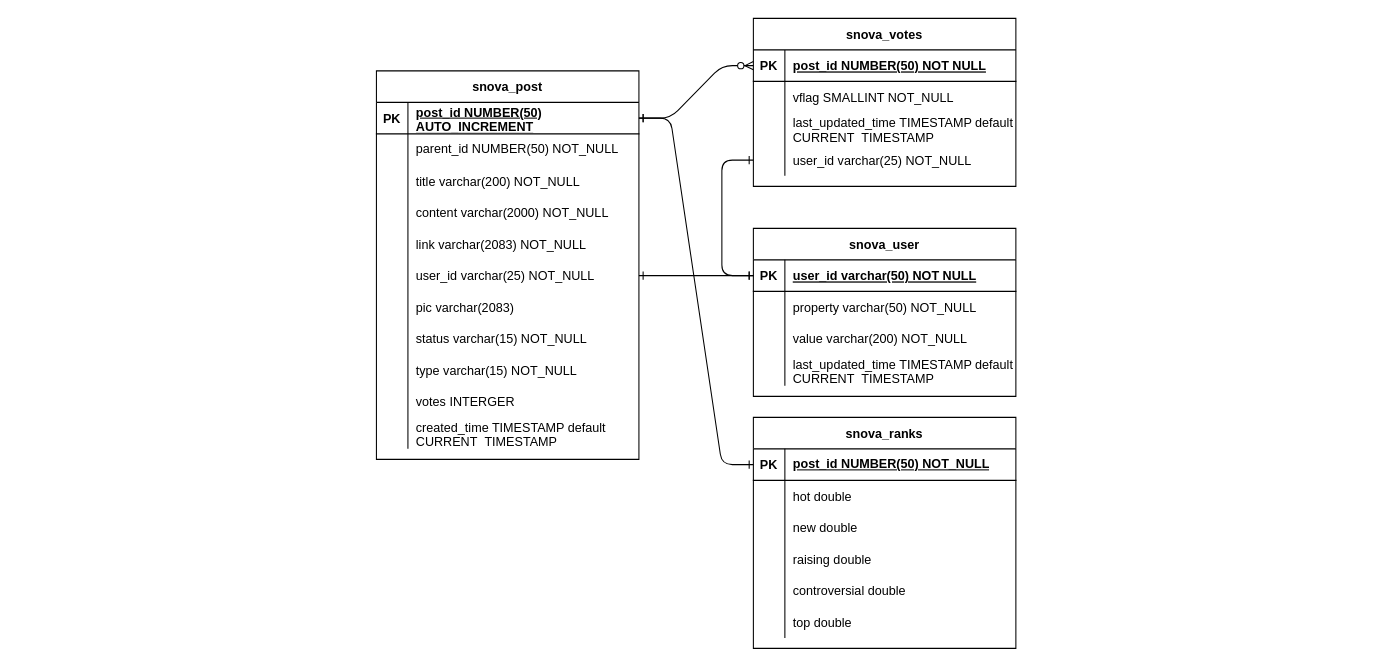
Above: Document/Database diagram.drawio in Ricar1502/Website (draw.io), before the change. Source tidied: cells renumbered, new cells numbered last; positions are measured from the earlier drawing's top-left corner, leaving out a move shared by most shapes. Both pictures are drawn from the tidied source at 105%, with x=0, y=0 at pixel (376, 18).
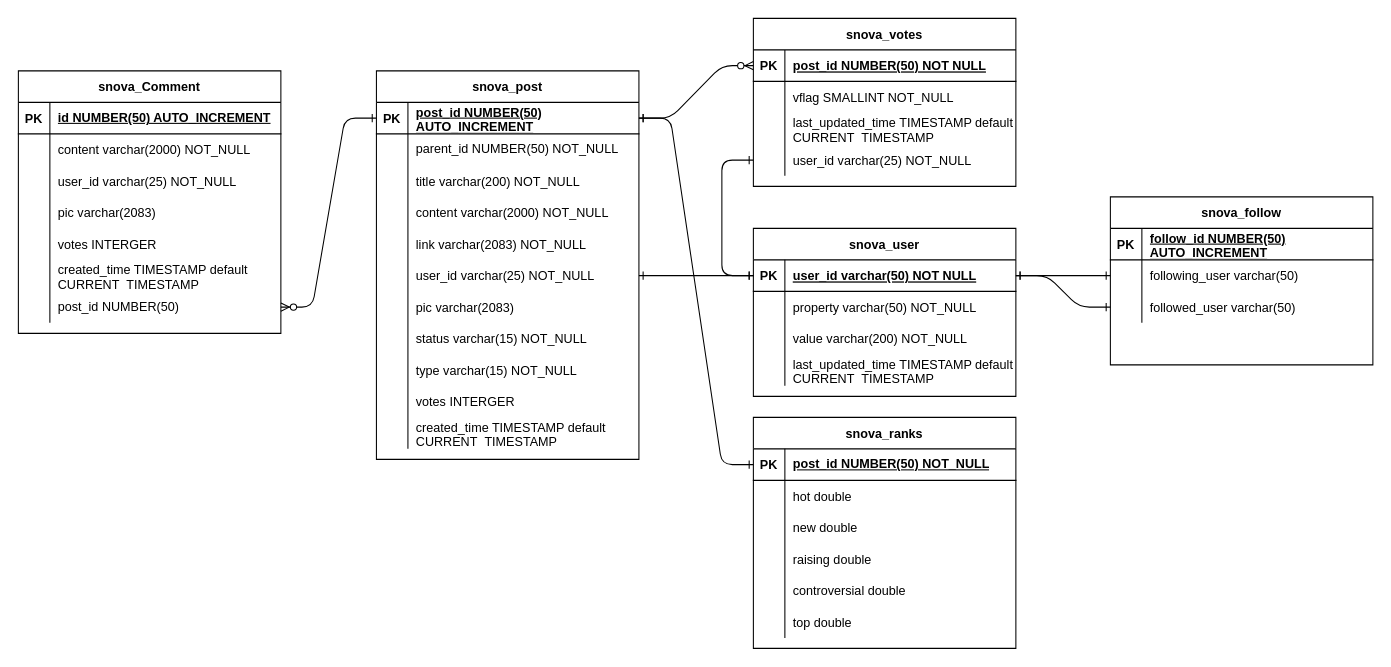
After the change.

Commit message (it also covers changes not shown here):
fixed database diagram, added ui pic

Unchanged cells that the change refers to:
```xml
<mxCell id="3" style="shape=partialRectangle;fillColor=none;points=[[0,0.5],[1,0.5]];portConstraint=eastwest;top=0;left=0;right=0;bottom=1;" parent="2" vertex="1">
  <mxGeometry y="30" width="250" height="30" as="geometry" />
</mxCell>
<mxCell id="35" style="shape=partialRectangle;fillColor=none;points=[[0,0.5],[1,0.5]];portConstraint=eastwest;top=0;left=0;right=0;bottom=1;" parent="34" vertex="1">
  <mxGeometry y="30" width="250" height="30" as="geometry" />
</mxCell>
```

The edit, as a diff of the source:
```diff
@@
+    <mxCell id="85" value="snova_Comment" style="shape=table;startSize=30;childLayout=tableLayout;rowLines=0;fontStyle=1;align=center;" parent="1" vertex="1">
+      <mxGeometry x="-341" y="50" width="250" height="250" as="geometry" />
+    </mxCell>
+    <mxCell id="86" style="shape=partialRectangle;fillColor=none;top=0;left=0;right=0;bottom=1;" parent="85" vertex="1">
+      <mxGeometry y="30" width="250" height="30" as="geometry" />
+    </mxCell>
+    <mxCell id="87" value="PK" style="shape=partialRectangle;overflow=hidden;fillColor=none;top=0;left=0;bottom=0;right=0;fontStyle=1;" parent="86" vertex="1">
+      <mxGeometry width="30" height="30" as="geometry" />
+    </mxCell>
+    <mxCell id="88" value="id NUMBER(50) AUTO_INCREMENT" style="shape=partialRectangle;overflow=hidden;fillColor=none;top=0;left=0;bottom=0;right=0;align=left;spacingLeft=6;fontStyle=5;whiteSpace=wrap;" parent="86" vertex="1">
+      <mxGeometry x="30" width="220" height="30" as="geometry" />
+    </mxCell>
+    <mxCell id="89" style="shape=partialRectangle;fillColor=none;top=0;left=0;right=0;bottom=0;" parent="85" vertex="1">
+      <mxGeometry y="60" width="250" height="30" as="geometry" />
+    </mxCell>
+    <mxCell id="90" style="shape=partialRectangle;overflow=hidden;fillColor=none;top=0;left=0;bottom=0;right=0;" parent="89" vertex="1">
+      <mxGeometry width="30" height="30" as="geometry" />
+    </mxCell>
+    <mxCell id="91" value="content varchar(2000) NOT_NULL" style="shape=partialRectangle;overflow=hidden;fillColor=none;top=0;left=0;bottom=0;right=0;align=left;spacingLeft=6;" parent="89" vertex="1">
+      <mxGeometry x="30" width="220" height="30" as="geometry" />
+    </mxCell>
+    <mxCell id="92" style="shape=partialRectangle;fillColor=none;top=0;left=0;right=0;bottom=0;" parent="85" vertex="1">
+      <mxGeometry y="90" width="250" height="30" as="geometry" />
+    </mxCell>
+    <mxCell id="93" style="shape=partialRectangle;overflow=hidden;fillColor=none;top=0;left=0;bottom=0;right=0;" parent="92" vertex="1">
+      <mxGeometry width="30" height="30" as="geometry" />
+    </mxCell>
+    <mxCell id="94" value="user_id varchar(25) NOT_NULL" style="shape=partialRectangle;overflow=hidden;fillColor=none;top=0;left=0;bottom=0;right=0;align=left;spacingLeft=6;" parent="92" vertex="1">
+      <mxGeometry x="30" width="220" height="30" as="geometry" />
+    </mxCell>
+    <mxCell id="95" style="shape=partialRectangle;fillColor=none;top=0;left=0;right=0;bottom=0;" parent="85" vertex="1">
+      <mxGeometry y="120" width="250" height="30" as="geometry" />
+    </mxCell>
+    <mxCell id="96" style="shape=partialRectangle;overflow=hidden;fillColor=none;top=0;left=0;bottom=0;right=0;" parent="95" vertex="1">
+      <mxGeometry width="30" height="30" as="geometry" />
+    </mxCell>
+    <mxCell id="97" value="pic varchar(2083) " style="shape=partialRectangle;overflow=hidden;fillColor=none;top=0;left=0;bottom=0;right=0;align=left;spacingLeft=6;" parent="95" vertex="1">
+      <mxGeometry x="30" width="220" height="30" as="geometry" />
+    </mxCell>
+    <mxCell id="98" style="shape=partialRectangle;fillColor=none;top=0;left=0;right=0;bottom=0;" parent="85" vertex="1">
+      <mxGeometry y="150" width="250" height="30" as="geometry" />
+    </mxCell>
+    <mxCell id="99" style="shape=partialRectangle;overflow=hidden;fillColor=none;top=0;left=0;bottom=0;right=0;" parent="98" vertex="1">
+      <mxGeometry width="30" height="30" as="geometry" />
+    </mxCell>
+    <mxCell id="100" value="votes INTERGER" style="shape=partialRectangle;overflow=hidden;fillColor=none;top=0;left=0;bottom=0;right=0;align=left;spacingLeft=6;" parent="98" vertex="1">
+      <mxGeometry x="30" width="220" height="30" as="geometry" />
+    </mxCell>
+    <mxCell id="101" style="shape=partialRectangle;fillColor=none;top=0;left=0;right=0;bottom=0;" parent="85" vertex="1">
+      <mxGeometry y="180" width="250" height="30" as="geometry" />
+    </mxCell>
+    <mxCell id="102" style="shape=partialRectangle;overflow=hidden;fillColor=none;top=0;left=0;bottom=0;right=0;" parent="101" vertex="1">
+      <mxGeometry width="30" height="30" as="geometry" />
+    </mxCell>
+    <mxCell id="103" value="created_time TIMESTAMP default CURRENT_TIMESTAMP&#10; " style="shape=partialRectangle;overflow=hidden;fillColor=none;top=0;left=0;bottom=0;right=0;align=left;spacingLeft=6;whiteSpace=wrap;" parent="101" vertex="1">
+      <mxGeometry x="30" width="220" height="30" as="geometry" />
+    </mxCell>
+    <mxCell id="104" style="shape=partialRectangle;fillColor=none;points=[[0,0.5],[1,0.5]];portConstraint=eastwest;top=0;left=0;right=0;bottom=0;" parent="85" vertex="1">
+      <mxGeometry y="210" width="250" height="30" as="geometry" />
+    </mxCell>
+    <mxCell id="105" style="shape=partialRectangle;overflow=hidden;fillColor=none;top=0;left=0;bottom=0;right=0;" parent="104" vertex="1">
+      <mxGeometry width="30" height="30" as="geometry" />
+    </mxCell>
+    <mxCell id="106" value="post_id NUMBER(50)" style="shape=partialRectangle;overflow=hidden;fillColor=none;top=0;left=0;bottom=0;right=0;align=left;spacingLeft=6;whiteSpace=wrap;" parent="104" vertex="1">
+      <mxGeometry x="30" width="220" height="30" as="geometry" />
+    </mxCell>
+    <mxCell id="107" style="edgeStyle=entityRelationEdgeStyle;endArrow=ERzeroToMany;startArrow=ERone;endFill=1;startFill=0;exitX=0;exitY=0.5;exitDx=0;exitDy=0;entryX=1;entryY=0.5;entryDx=0;entryDy=0;" parent="1" edge="1" source="35" target="104">
+      <mxGeometry relative="1" as="geometry" />
+    </mxCell>
+    <mxCell id="108" value="snova_follow" style="shape=table;startSize=30;childLayout=tableLayout;rowLines=0;fontStyle=1;align=center;" parent="1" vertex="1">
+      <mxGeometry x="699" y="170" width="250" height="160" as="geometry" />
+    </mxCell>
+    <mxCell id="109" style="shape=partialRectangle;fillColor=none;top=0;left=0;right=0;bottom=1;" parent="108" vertex="1">
+      <mxGeometry y="30" width="250" height="30" as="geometry" />
+    </mxCell>
+    <mxCell id="110" value="PK" style="shape=partialRectangle;overflow=hidden;fillColor=none;top=0;left=0;bottom=0;right=0;fontStyle=1;" parent="109" vertex="1">
+      <mxGeometry width="30" height="30" as="geometry" />
+    </mxCell>
+    <mxCell id="111" value="follow_id NUMBER(50) AUTO_INCREMENT" style="shape=partialRectangle;overflow=hidden;fillColor=none;top=0;left=0;bottom=0;right=0;align=left;spacingLeft=6;fontStyle=5;whiteSpace=wrap;" parent="109" vertex="1">
+      <mxGeometry x="30" width="220" height="30" as="geometry" />
+    </mxCell>
+    <mxCell id="112" style="shape=partialRectangle;fillColor=none;points=[[0,0.5],[1,0.5]];portConstraint=eastwest;top=0;left=0;right=0;bottom=0;" parent="108" vertex="1">
+      <mxGeometry y="60" width="250" height="30" as="geometry" />
+    </mxCell>
+    <mxCell id="113" style="shape=partialRectangle;overflow=hidden;fillColor=none;top=0;left=0;bottom=0;right=0;" parent="112" vertex="1">
+      <mxGeometry width="30" height="30" as="geometry" />
+    </mxCell>
+    <mxCell id="114" value="following_user varchar(50)" style="shape=partialRectangle;overflow=hidden;fillColor=none;top=0;left=0;bottom=0;right=0;align=left;spacingLeft=6;" parent="112" vertex="1">
+      <mxGeometry x="30" width="220" height="30" as="geometry" />
+    </mxCell>
+    <mxCell id="115" style="shape=partialRectangle;fillColor=none;points=[[0,0.5],[1,0.5]];portConstraint=eastwest;top=0;left=0;right=0;bottom=0;" parent="108" vertex="1">
+      <mxGeometry y="90" width="250" height="30" as="geometry" />
+    </mxCell>
+    <mxCell id="116" style="shape=partialRectangle;overflow=hidden;fillColor=none;top=0;left=0;bottom=0;right=0;" parent="115" vertex="1">
+      <mxGeometry width="30" height="30" as="geometry" />
+    </mxCell>
+    <mxCell id="117" value="followed_user varchar(50)" style="shape=partialRectangle;overflow=hidden;fillColor=none;top=0;left=0;bottom=0;right=0;align=left;spacingLeft=6;" parent="115" vertex="1">
+      <mxGeometry x="30" width="220" height="30" as="geometry" />
+    </mxCell>
+    <mxCell id="118" style="edgeStyle=entityRelationEdgeStyle;endArrow=ERone;startArrow=ERone;endFill=0;startFill=0;exitX=0;exitY=0.5;exitDx=0;exitDy=0;entryX=1;entryY=0.5;entryDx=0;entryDy=0;" parent="1" edge="1" source="112" target="3">
+      <mxGeometry relative="1" as="geometry" />
+    </mxCell>
+    <mxCell id="119" style="edgeStyle=entityRelationEdgeStyle;endArrow=ERone;startArrow=ERone;endFill=0;startFill=0;exitX=0;exitY=0.5;exitDx=0;exitDy=0;entryX=1;entryY=0.5;entryDx=0;entryDy=0;" parent="1" edge="1" source="115" target="3">
+      <mxGeometry relative="1" as="geometry" />
+    </mxCell>
```
